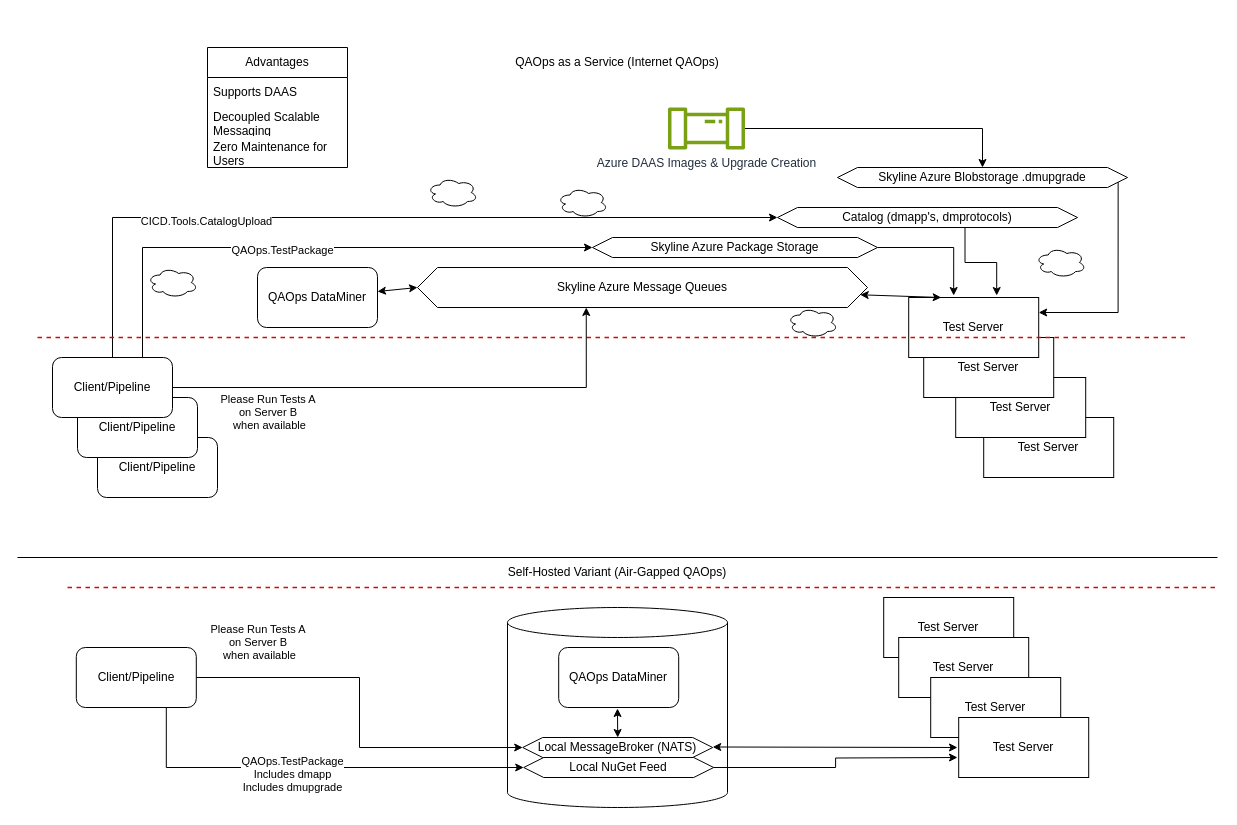
janstaelensskyline/DrawIO keeps this draw.io diagram as QAOps Communication Suggestion.drawio. Above is the earlier version. Source tidied: cells renumbered, new cells numbered last; positions are measured from the earlier drawing's top-left corner, leaving out a move shared by most shapes. Both pictures are drawn from the tidied source at 100%, with x=0, y=0 at pixel (17, 47).
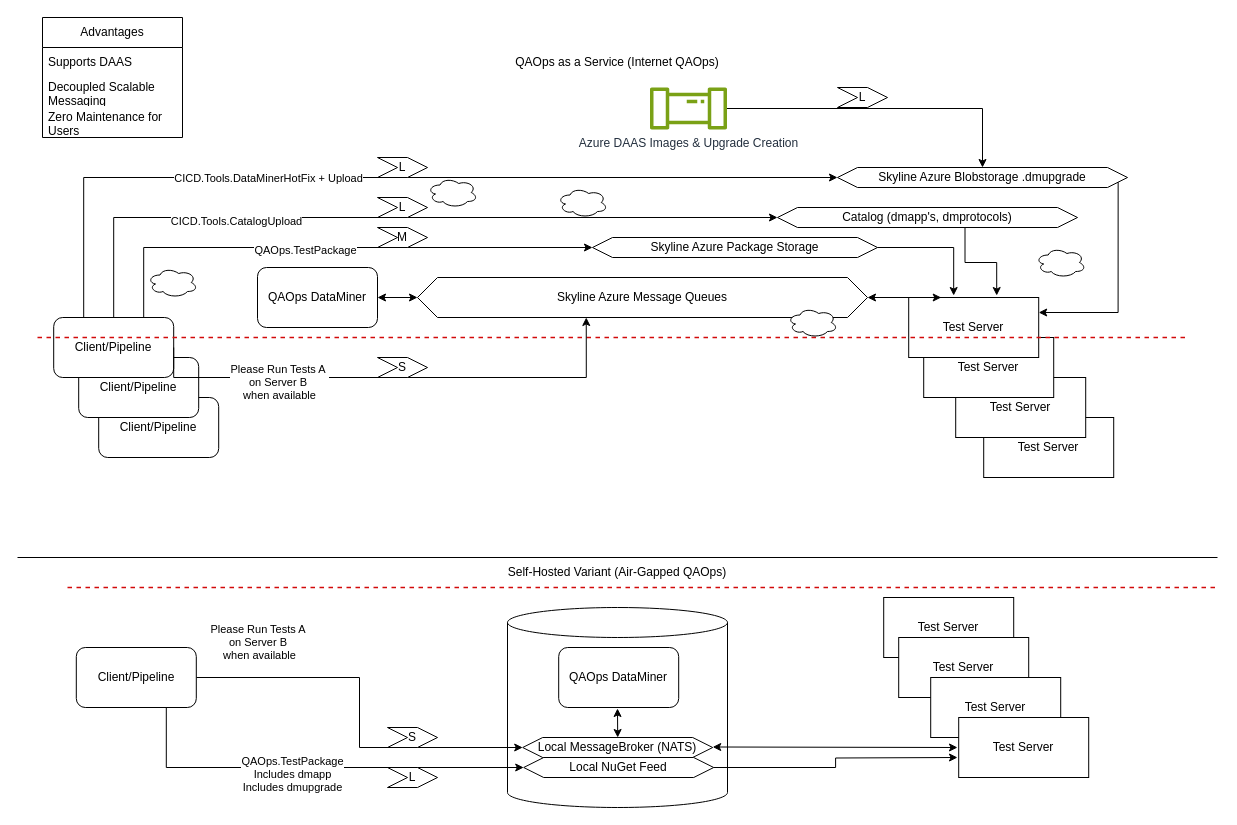
Above is the later version.

The change refers to these unchanged cells:
```xml
<mxCell id="23" value="Skyline Azure Blobstorage .dmupgrade" style="shape=hexagon;perimeter=hexagonPerimeter2;whiteSpace=wrap;html=1;fixedSize=1;" parent="1" vertex="1">
  <mxGeometry x="820" y="120" width="290" height="20" as="geometry" />
</mxCell>
```

Change to the diagram source:
```diff
@@
     <mxCell id="2" value="Client/Pipeline" style="rounded=1;whiteSpace=wrap;html=1;" parent="1" vertex="1">
-      <mxGeometry x="80" y="390" width="120" height="60" as="geometry" />
+      <mxGeometry x="81.2" y="350" width="120" height="60" as="geometry" />
     </mxCell>
     <mxCell id="3" value="Client/Pipeline" style="rounded=1;whiteSpace=wrap;html=1;" parent="1" vertex="1">
-      <mxGeometry x="60" y="350" width="120" height="60" as="geometry" />
+      <mxGeometry x="61.2" y="310" width="120" height="60" as="geometry" />
     </mxCell>
@@
     <mxCell id="11" value="Skyline Azure Message Queues" style="shape=hexagon;perimeter=hexagonPerimeter2;whiteSpace=wrap;html=1;fixedSize=1;" parent="1" vertex="1">
-      <mxGeometry x="400" y="220" width="450" height="40" as="geometry" />
+      <mxGeometry x="400" y="230" width="450" height="40" as="geometry" />
     </mxCell>
@@
+    <mxCell id="57" style="edgeStyle=orthogonalEdgeStyle;rounded=0;jettySize=auto;html=1;exitX=0.25;exitY=0;exitDx=0;exitDy=0;entryX=0;entryY=0.5;entryDx=0;entryDy=0;" parent="1" edge="1" source="21" target="23">
+      <mxGeometry relative="1" as="geometry" />
+    </mxCell>
+    <mxCell id="58" value="CICD.Tools.DataMinerHotFix + Upload" style="edgeLabel;html=1;align=center;verticalAlign=middle;" parent="57" vertex="1">
+      <mxGeometry x="-0.49" relative="1" as="geometry">
+        <mxPoint x="96" as="offset" />
+      </mxGeometry>
+    </mxCell>
     <mxCell id="21" value="Client/Pipeline" style="rounded=1;whiteSpace=wrap;html=1;" parent="1" vertex="1">
-      <mxGeometry x="35" y="310" width="120" height="60" as="geometry" />
+      <mxGeometry x="36.2" y="270" width="120" height="60" as="geometry" />
     </mxCell>
@@
     <mxCell id="46" value="Azure DAAS Images &amp;amp; Upgrade Creation" style="sketch=0;outlineConnect=0;fontColor=#232F3E;gradientColor=none;fillColor=#7AA116;strokeColor=none;dashed=0;verticalLabelPosition=bottom;verticalAlign=top;align=center;html=1;fontSize=12;fontStyle=0;shape=mxgraph.aws4.iot_analytics_pipeline;" parent="1" vertex="1">
-      <mxGeometry x="650" y="60" width="78" height="42" as="geometry" />
+      <mxGeometry x="632" y="40" width="78" height="42" as="geometry" />
     </mxCell>
     <mxCell id="47" style="edgeStyle=orthogonalEdgeStyle;rounded=0;jettySize=auto;html=1;exitX=1;exitY=0.5;exitDx=0;exitDy=0;entryX=0.375;entryY=1;entryDx=0;entryDy=0;" parent="1" edge="1" source="21" target="11">
-      <mxGeometry relative="1" as="geometry" />
+      <mxGeometry relative="1" as="geometry">
+        <Array as="points">
+          <mxPoint x="156" y="330" />
+          <mxPoint x="569" y="330" />
+        </Array>
+      </mxGeometry>
     </mxCell>
@@
     <mxCell id="49" value="Please Run Tests A&amp;nbsp;&lt;div&gt;on Server B&amp;nbsp;&lt;/div&gt;&lt;div&gt;when available&lt;/div&gt;" style="edgeLabel;html=1;align=center;verticalAlign=middle;" parent="1" vertex="1">
-      <mxGeometry x="250" y="370" as="geometry">
+      <mxGeometry x="260" y="340" as="geometry">
         <mxPoint x="1" y="-6" as="offset" />
       </mxGeometry>
     </mxCell>
@@
     <mxCell id="52" value="Advantages" style="swimlane;fontStyle=0;horizontal=1;startSize=30;whiteSpace=wrap;html=1;" parent="1" vertex="1">
-      <mxGeometry x="190" width="140" height="120" as="geometry" />
+      <mxGeometry x="25" y="-30" width="140" height="120" as="geometry" />
     </mxCell>
@@
+    <mxCell id="59" value="S" style="shape=step;perimeter=stepPerimeter;whiteSpace=wrap;html=1;fixedSize=1;" parent="1" vertex="1">
+      <mxGeometry x="360" y="310" width="50" height="20" as="geometry" />
+    </mxCell>
+    <mxCell id="60" value="M" style="shape=step;perimeter=stepPerimeter;whiteSpace=wrap;html=1;fixedSize=1;" parent="1" vertex="1">
+      <mxGeometry x="360" y="180" width="50" height="20" as="geometry" />
+    </mxCell>
+    <mxCell id="61" value="L" style="shape=step;perimeter=stepPerimeter;whiteSpace=wrap;html=1;fixedSize=1;" parent="1" vertex="1">
+      <mxGeometry x="360" y="150" width="50" height="20" as="geometry" />
+    </mxCell>
+    <mxCell id="62" value="L" style="shape=step;perimeter=stepPerimeter;whiteSpace=wrap;html=1;fixedSize=1;" parent="1" vertex="1">
+      <mxGeometry x="360" y="110" width="50" height="20" as="geometry" />
+    </mxCell>
+    <mxCell id="63" value="L" style="shape=step;perimeter=stepPerimeter;whiteSpace=wrap;html=1;fixedSize=1;" parent="1" vertex="1">
+      <mxGeometry x="820" y="40" width="50" height="20" as="geometry" />
+    </mxCell>
+    <mxCell id="64" value="L" style="shape=step;perimeter=stepPerimeter;whiteSpace=wrap;html=1;fixedSize=1;" parent="1" vertex="1">
+      <mxGeometry x="370" y="720" width="50" height="20" as="geometry" />
+    </mxCell>
+    <mxCell id="65" value="S" style="shape=step;perimeter=stepPerimeter;whiteSpace=wrap;html=1;fixedSize=1;" parent="1" vertex="1">
+      <mxGeometry x="370" y="680" width="50" height="20" as="geometry" />
+    </mxCell>
```
